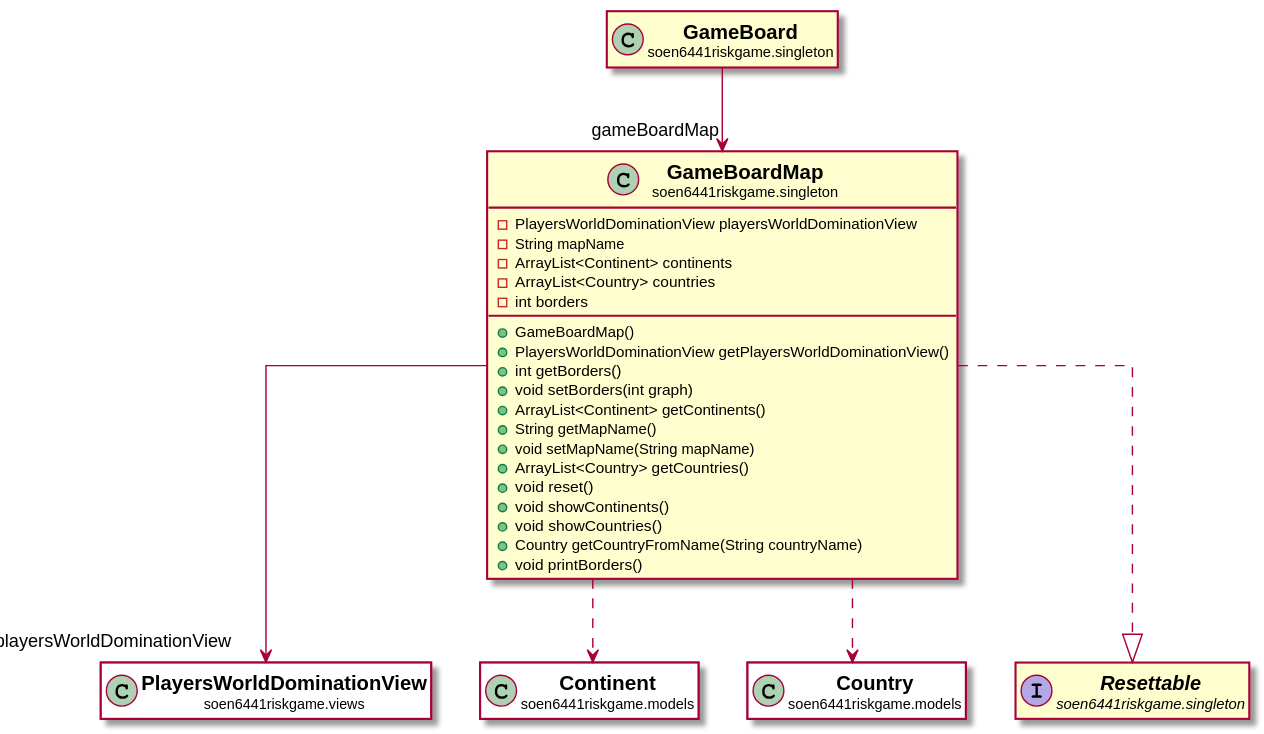
Before: docs/javadocs/soen6441riskgame/singleton/GameBoardMap.svg, a diagram exported from PlantUML (huntertran/soen6441-riskgame).
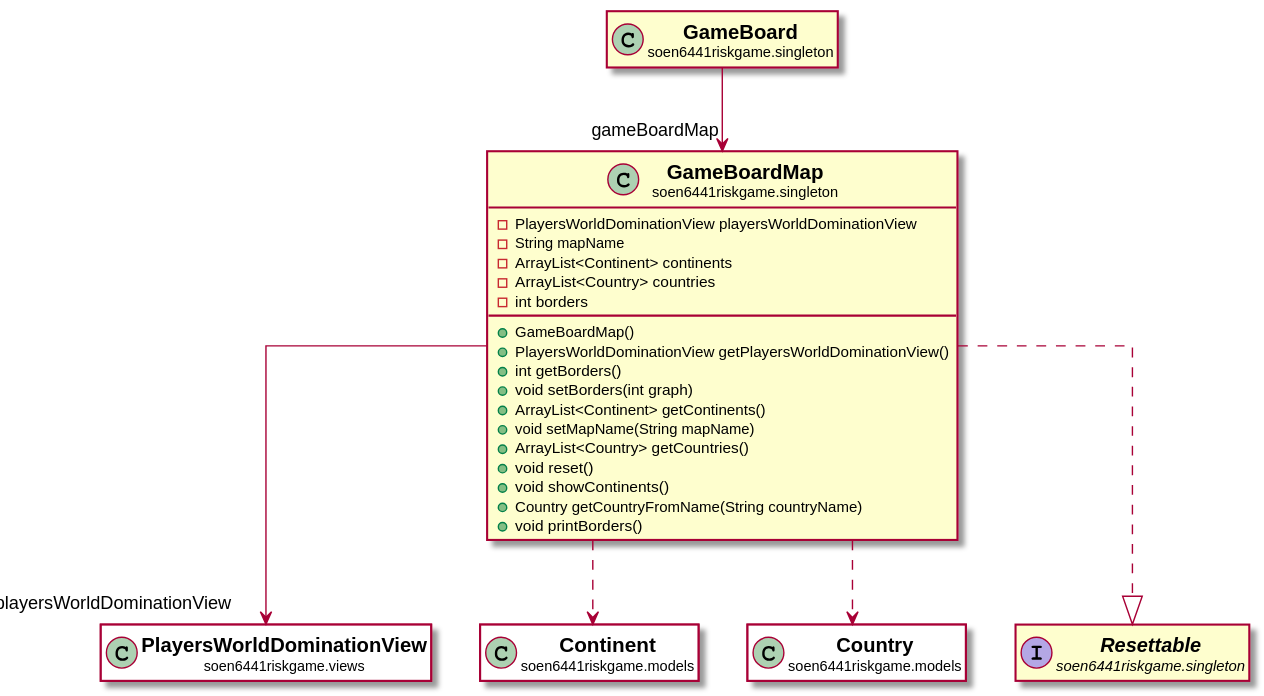
The same file after the commit.

The edit, as a diff of the source:
```diff
@@ -14,12 +14,10 @@
 +int getBorders()
 +void setBorders(int graph)
 +ArrayList<Continent> getContinents()
-+String getMapName()
 +void setMapName(String mapName)
 +ArrayList<Country> getCountries()
 +void reset()
 +void showContinents()
-+void showCountries()
 +Country getCountryFromName(String countryName)
 +void printBorders()
 }
```
